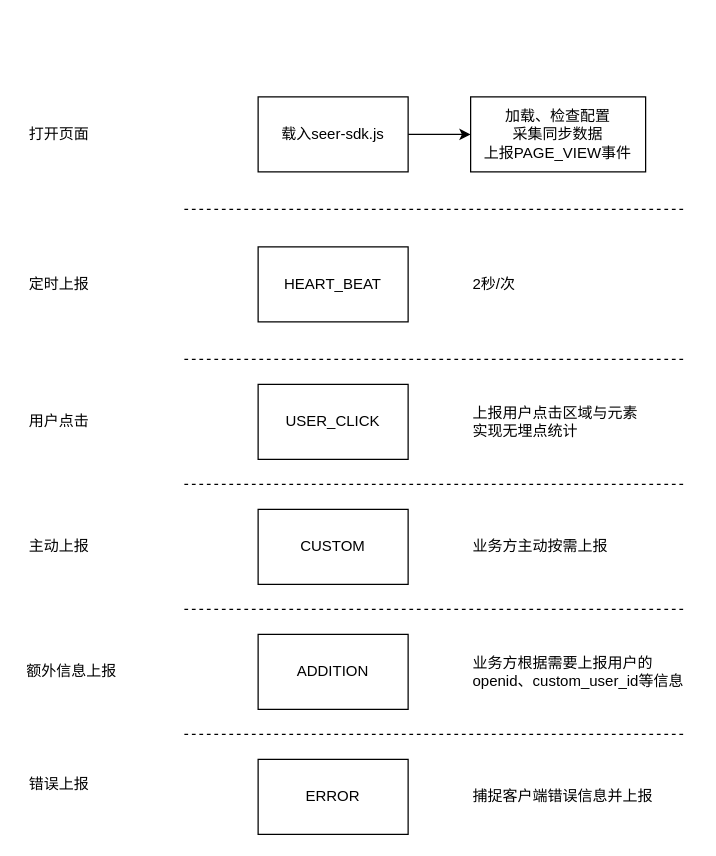
The draw.io diagram 未命名绘图.drawio in tommyfok/fs-study, before the edit. Source tidied: cells renumbered, new cells numbered last; positions are measured from the earlier drawing's top-left corner, leaving out a move shared by most shapes. Both pictures are drawn from the tidied source at 125%, with x=0, y=0 at pixel (21, 96).
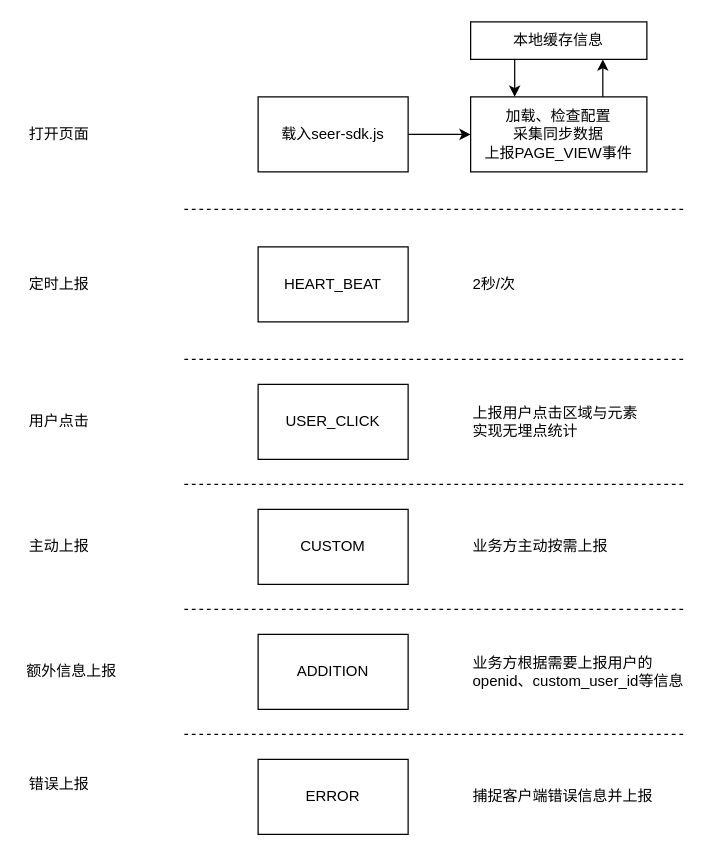
The same page after the edit.

Commit message:
更新未命名绘图.drawio

What changed in the source:
```diff
@@
+    <mxCell id="26" style="edgeStyle=orthogonalEdgeStyle;rounded=0;jettySize=auto;html=1;exitX=0.75;exitY=0;exitDx=0;exitDy=0;entryX=0.75;entryY=1;entryDx=0;entryDy=0;" parent="1" edge="1" source="4" target="28">
+      <mxGeometry relative="1" as="geometry" />
+    </mxCell>
     <mxCell id="4" value="加载、检查配置&lt;br&gt;采集同步数据&lt;br&gt;上报PAGE_VIEW事件" style="rounded=0;whiteSpace=wrap;html=1;" parent="1" vertex="1">
-      <mxGeometry x="359" width="140" height="60" as="geometry" />
+      <mxGeometry x="359" width="141" height="60" as="geometry" />
     </mxCell>
@@
+    <mxCell id="27" style="edgeStyle=orthogonalEdgeStyle;rounded=0;jettySize=auto;html=1;exitX=0.25;exitY=1;exitDx=0;exitDy=0;entryX=0.25;entryY=0;entryDx=0;entryDy=0;" parent="1" edge="1" source="28" target="4">
+      <mxGeometry relative="1" as="geometry" />
+    </mxCell>
+    <mxCell id="28" value="本地缓存信息" style="rounded=0;whiteSpace=wrap;html=1;align=center;" parent="1" vertex="1">
+      <mxGeometry x="359" y="-60" width="141" height="30" as="geometry" />
+    </mxCell>
```
